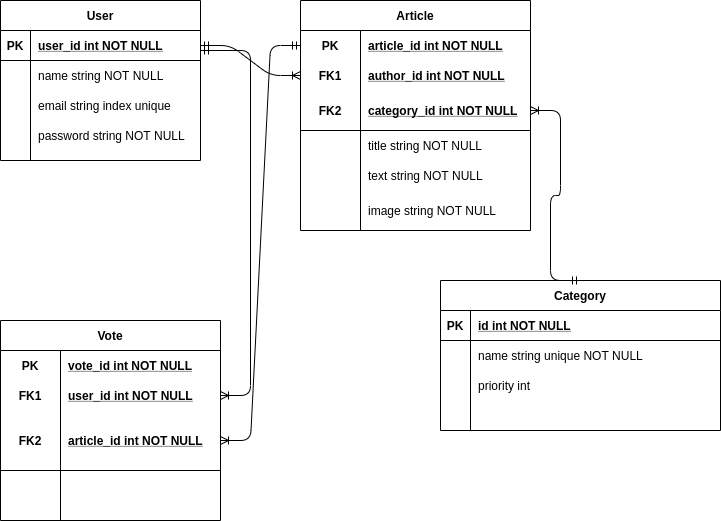
This is doc/Olympics_ERD.png from oxenprogrammer/olympics, a draw.io export, as it was before one commit. Source tidied: cells renumbered, new cells last; positions are measured from the earlier drawing's top-left corner, leaving out a move shared by most shapes.
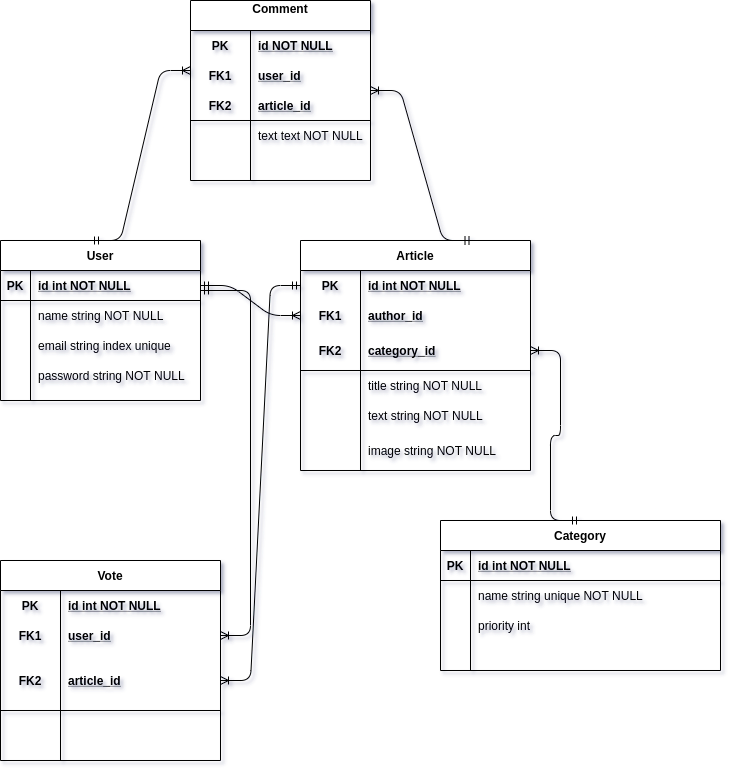
After the commit.

Diff of the diagram source:
```diff
@@ -11,7 +11,7 @@
     <mxCell id="4" value="PK" style="shape=partialRectangle;fillColor=none;top=0;left=0;bottom=0;right=0;fontStyle=1;overflow=hidden;" parent="3" vertex="1">
       <mxGeometry width="30" height="30" as="geometry" />
     </mxCell>
-    <mxCell id="5" value="user_id int NOT NULL" style="shape=partialRectangle;fillColor=none;top=0;left=0;bottom=0;right=0;align=left;spacingLeft=6;fontStyle=5;overflow=hidden;" parent="3" vertex="1">
+    <mxCell id="5" value="id int NOT NULL" style="shape=partialRectangle;fillColor=none;top=0;left=0;bottom=0;right=0;align=left;spacingLeft=6;fontStyle=5;overflow=hidden;" parent="3" vertex="1">
       <mxGeometry x="30" width="170" height="30" as="geometry" />
     </mxCell>
     <mxCell id="6" style="shape=partialRectangle;fillColor=none;top=0;left=0;bottom=0;right=0;" parent="2" vertex="1">
@@ -50,7 +50,7 @@
     <mxCell id="17" value="PK" style="shape=partialRectangle;fillColor=none;top=0;left=0;bottom=0;right=0;fontStyle=1;overflow=hidden;" parent="16" vertex="1">
       <mxGeometry width="60" height="30" as="geometry" />
     </mxCell>
-    <mxCell id="18" value="article_id int NOT NULL" style="shape=partialRectangle;fillColor=none;top=0;left=0;bottom=0;right=0;align=left;spacingLeft=6;fontStyle=5;overflow=hidden;" parent="16" vertex="1">
+    <mxCell id="18" value="id int NOT NULL" style="shape=partialRectangle;fillColor=none;top=0;left=0;bottom=0;right=0;align=left;spacingLeft=6;fontStyle=5;overflow=hidden;" parent="16" vertex="1">
       <mxGeometry x="60" width="170" height="30" as="geometry" />
     </mxCell>
     <mxCell id="19" style="shape=partialRectangle;fillColor=none;top=0;left=0;bottom=0;right=0;points=[[0,0.5],[1,0.5]];portConstraint=eastwest;" parent="15" vertex="1">
@@ -59,7 +59,7 @@
     <mxCell id="20" value="FK1" style="shape=partialRectangle;fillColor=none;top=0;left=0;bottom=0;right=0;fontStyle=1;overflow=hidden;" parent="19" vertex="1">
       <mxGeometry width="60" height="30" as="geometry" />
     </mxCell>
-    <mxCell id="21" value="author_id int NOT NULL" style="shape=partialRectangle;fillColor=none;top=0;left=0;bottom=0;right=0;align=left;spacingLeft=6;fontStyle=5;overflow=hidden;" parent="19" vertex="1">
+    <mxCell id="21" value="author_id" style="shape=partialRectangle;fillColor=none;top=0;left=0;bottom=0;right=0;align=left;spacingLeft=6;fontStyle=5;overflow=hidden;" parent="19" vertex="1">
       <mxGeometry x="60" width="170" height="30" as="geometry" />
     </mxCell>
     <mxCell id="22" style="shape=partialRectangle;fillColor=none;top=0;left=0;bottom=1;right=0;points=[[0,0.5],[1,0.5]];portConstraint=eastwest;" parent="15" vertex="1">
@@ -68,7 +68,7 @@
     <mxCell id="23" value="FK2" style="shape=partialRectangle;fillColor=none;top=0;left=0;bottom=0;right=0;fontStyle=1;overflow=hidden;" parent="22" vertex="1">
       <mxGeometry width="60" height="40" as="geometry" />
     </mxCell>
-    <mxCell id="24" value="category_id int NOT NULL" style="shape=partialRectangle;fillColor=none;top=0;left=0;bottom=0;right=0;align=left;spacingLeft=6;fontStyle=5;overflow=hidden;" parent="22" vertex="1">
+    <mxCell id="24" value="category_id" style="shape=partialRectangle;fillColor=none;top=0;left=0;bottom=0;right=0;align=left;spacingLeft=6;fontStyle=5;overflow=hidden;" parent="22" vertex="1">
       <mxGeometry x="60" width="170" height="40" as="geometry" />
     </mxCell>
     <mxCell id="25" style="shape=partialRectangle;fillColor=none;top=0;left=0;bottom=0;right=0;" parent="15" vertex="1">
@@ -107,7 +107,7 @@
     <mxCell id="36" value="PK" style="shape=partialRectangle;fillColor=none;top=0;left=0;bottom=0;right=0;fontStyle=1;overflow=hidden;" parent="35" vertex="1">
       <mxGeometry width="60" height="30" as="geometry" />
     </mxCell>
-    <mxCell id="37" value="vote_id int NOT NULL" style="shape=partialRectangle;fillColor=none;top=0;left=0;bottom=0;right=0;align=left;spacingLeft=6;fontStyle=5;overflow=hidden;" parent="35" vertex="1">
+    <mxCell id="37" value="id int NOT NULL" style="shape=partialRectangle;fillColor=none;top=0;left=0;bottom=0;right=0;align=left;spacingLeft=6;fontStyle=5;overflow=hidden;" parent="35" vertex="1">
       <mxGeometry x="60" width="160" height="30" as="geometry" />
     </mxCell>
     <mxCell id="38" style="shape=partialRectangle;fillColor=none;top=0;left=0;bottom=0;right=0;points=[[0,0.5],[1,0.5]];portConstraint=eastwest;" parent="34" vertex="1">
@@ -116,7 +116,7 @@
     <mxCell id="39" value="FK1" style="shape=partialRectangle;fillColor=none;top=0;left=0;bottom=0;right=0;fontStyle=1;overflow=hidden;" parent="38" vertex="1">
       <mxGeometry width="60" height="30" as="geometry" />
     </mxCell>
-    <mxCell id="40" value="user_id int NOT NULL" style="shape=partialRectangle;fillColor=none;top=0;left=0;bottom=0;right=0;align=left;spacingLeft=6;fontStyle=5;overflow=hidden;" parent="38" vertex="1">
+    <mxCell id="40" value="user_id" style="shape=partialRectangle;fillColor=none;top=0;left=0;bottom=0;right=0;align=left;spacingLeft=6;fontStyle=5;overflow=hidden;" parent="38" vertex="1">
       <mxGeometry x="60" width="160" height="30" as="geometry" />
     </mxCell>
     <mxCell id="41" style="shape=partialRectangle;fillColor=none;top=0;left=0;bottom=1;right=0;points=[[0,0.5],[1,0.5]];portConstraint=eastwest;" parent="34" vertex="1">
@@ -125,7 +125,7 @@
     <mxCell id="42" value="FK2" style="shape=partialRectangle;fillColor=none;top=0;left=0;bottom=0;right=0;fontStyle=1;overflow=hidden;" parent="41" vertex="1">
       <mxGeometry width="60" height="60" as="geometry" />
     </mxCell>
-    <mxCell id="43" value="article_id int NOT NULL" style="shape=partialRectangle;fillColor=none;top=0;left=0;bottom=0;right=0;align=left;spacingLeft=6;fontStyle=5;overflow=hidden;" parent="41" vertex="1">
+    <mxCell id="43" value="article_id" style="shape=partialRectangle;fillColor=none;top=0;left=0;bottom=0;right=0;align=left;spacingLeft=6;fontStyle=5;overflow=hidden;" parent="41" vertex="1">
       <mxGeometry x="60" width="160" height="60" as="geometry" />
     </mxCell>
     <mxCell id="44" style="shape=partialRectangle;fillColor=none;top=0;left=0;bottom=0;right=0;" parent="34" vertex="1">
@@ -199,5 +199,62 @@
     <mxCell id="66" style="edgeStyle=entityRelationEdgeStyle;fontSize=12;html=1;endArrow=ERoneToMany;startArrow=ERmandOne;entryX=0;entryY=0.5;entryDx=0;entryDy=0;exitX=1;exitY=0.5;exitDx=0;exitDy=0;" parent="1" edge="1" source="3" target="19">
       <mxGeometry relative="1" as="geometry" />
     </mxCell>
+    <mxCell id="67" value="Comment&#10;" style="shape=table;startSize=30;rowLines=0;fontStyle=1;align=center;" parent="1" vertex="1">
+      <mxGeometry x="190" y="-240" width="180" height="180" as="geometry" />
+    </mxCell>
+    <mxCell id="68" style="shape=partialRectangle;fillColor=none;top=0;left=0;bottom=0;right=0;" parent="67" vertex="1">
+      <mxGeometry y="30" width="180" height="30" as="geometry" />
+    </mxCell>
+    <mxCell id="69" value="PK" style="shape=partialRectangle;fillColor=none;top=0;left=0;bottom=0;right=0;fontStyle=1;overflow=hidden;" parent="68" vertex="1">
+      <mxGeometry width="60" height="30" as="geometry" />
+    </mxCell>
+    <mxCell id="70" value="id NOT NULL" style="shape=partialRectangle;fillColor=none;top=0;left=0;bottom=0;right=0;align=left;spacingLeft=6;fontStyle=5;overflow=hidden;" parent="68" vertex="1">
+      <mxGeometry x="60" width="120" height="30" as="geometry" />
+    </mxCell>
+    <mxCell id="71" style="shape=partialRectangle;fillColor=none;top=0;left=0;bottom=0;right=0;" parent="67" vertex="1">
+      <mxGeometry y="60" width="180" height="30" as="geometry" />
+    </mxCell>
+    <mxCell id="72" value="FK1" style="shape=partialRectangle;fillColor=none;top=0;left=0;bottom=0;right=0;fontStyle=1;overflow=hidden;" parent="71" vertex="1">
+      <mxGeometry width="60" height="30" as="geometry" />
+    </mxCell>
+    <mxCell id="73" value="user_id" style="shape=partialRectangle;fillColor=none;top=0;left=0;bottom=0;right=0;align=left;spacingLeft=6;fontStyle=5;overflow=hidden;" parent="71" vertex="1">
+      <mxGeometry x="60" width="120" height="30" as="geometry" />
+    </mxCell>
+    <mxCell id="74" style="shape=partialRectangle;fillColor=none;top=0;left=0;bottom=1;right=0;" parent="67" vertex="1">
+      <mxGeometry y="90" width="180" height="30" as="geometry" />
+    </mxCell>
+    <mxCell id="75" value="FK2" style="shape=partialRectangle;fillColor=none;top=0;left=0;bottom=0;right=0;fontStyle=1;overflow=hidden;" parent="74" vertex="1">
+      <mxGeometry width="60" height="30" as="geometry" />
+    </mxCell>
+    <mxCell id="76" value="article_id" style="shape=partialRectangle;fillColor=none;top=0;left=0;bottom=0;right=0;align=left;spacingLeft=6;fontStyle=5;overflow=hidden;" parent="74" vertex="1">
+      <mxGeometry x="60" width="120" height="30" as="geometry" />
+    </mxCell>
+    <mxCell id="77" style="shape=partialRectangle;fillColor=none;top=0;left=0;bottom=0;right=0;" parent="67" vertex="1">
+      <mxGeometry y="120" width="180" height="30" as="geometry" />
+    </mxCell>
+    <mxCell id="78" style="shape=partialRectangle;fillColor=none;top=0;left=0;bottom=0;right=0;overflow=hidden;" parent="77" vertex="1">
+      <mxGeometry width="60" height="30" as="geometry" />
+    </mxCell>
+    <mxCell id="79" value="text text NOT NULL" style="shape=partialRectangle;fillColor=none;top=0;left=0;bottom=0;right=0;align=left;spacingLeft=6;overflow=hidden;" parent="77" vertex="1">
+      <mxGeometry x="60" width="120" height="30" as="geometry" />
+    </mxCell>
+    <mxCell id="80" style="shape=partialRectangle;fillColor=none;top=0;left=0;bottom=0;right=0;" parent="67" vertex="1">
+      <mxGeometry y="150" width="180" height="30" as="geometry" />
+    </mxCell>
+    <mxCell id="81" style="shape=partialRectangle;fillColor=none;top=0;left=0;bottom=0;right=0;overflow=hidden;" parent="80" vertex="1">
+      <mxGeometry width="60" height="30" as="geometry" />
+    </mxCell>
+    <mxCell id="82" style="shape=partialRectangle;fillColor=none;top=0;left=0;bottom=0;right=0;align=left;spacingLeft=6;overflow=hidden;" parent="80" vertex="1">
+      <mxGeometry x="60" width="120" height="30" as="geometry" />
+    </mxCell>
+    <mxCell id="83" style="edgeStyle=entityRelationEdgeStyle;fontSize=12;html=1;endArrow=ERoneToMany;startArrow=ERmandOne;" parent="1" edge="1">
+      <mxGeometry relative="1" as="geometry">
+        <mxPoint x="90" as="sourcePoint" />
+        <mxPoint x="190" y="-170" as="targetPoint" />
+      </mxGeometry>
+    </mxCell>
+    <mxCell id="84" style="edgeStyle=entityRelationEdgeStyle;fontSize=12;html=1;endArrow=ERoneToMany;startArrow=ERmandOne;exitX=0.75;exitY=0;exitDx=0;exitDy=0;" parent="1" edge="1" source="15" target="67">
+      <mxGeometry relative="1" as="geometry" />
+    </mxCell>
   </root>
 </mxGraphModel>
```
